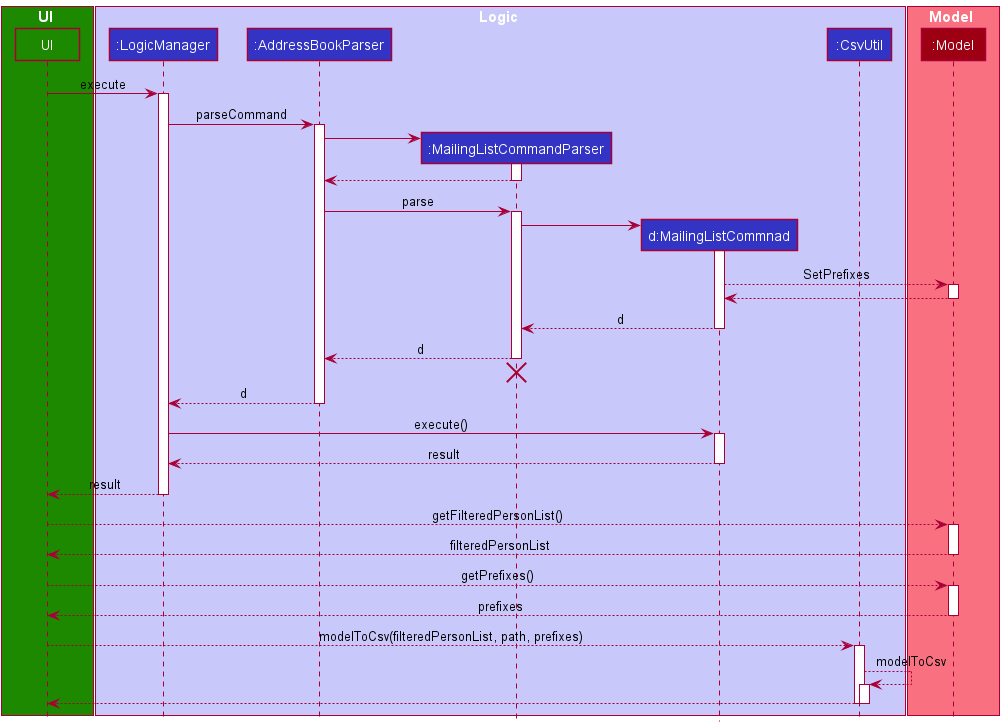
The PlantUML diagram docs/images/MailingListSequenceDiagram.png in nus-cs2103-AY2122S1/tp, before a commit.
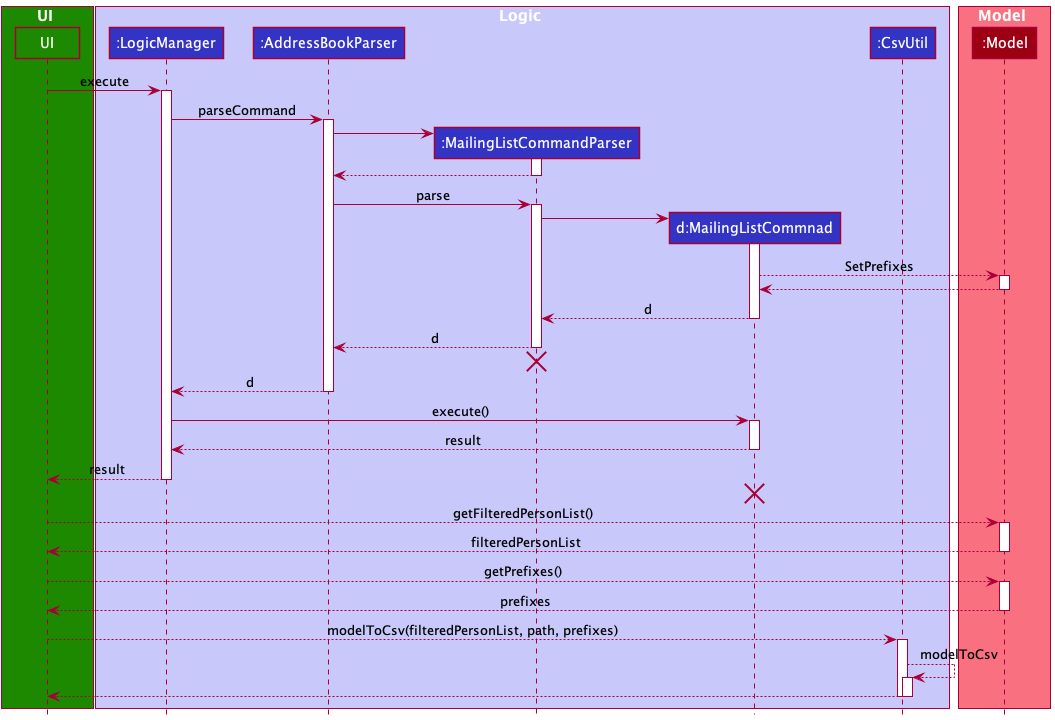
After the change.

Commit message:
Fix uml sequence diagrams

What changed in the source:
```diff
@@ -62,6 +62,8 @@
 
 UI <--LogicManager: result
 deactivate LogicManager
+MailingListCommand -[hidden]-> LogicManager
+destroy MailingListCommand
 
 UI --> Model : getFilteredPersonList()
 activate Model
```
